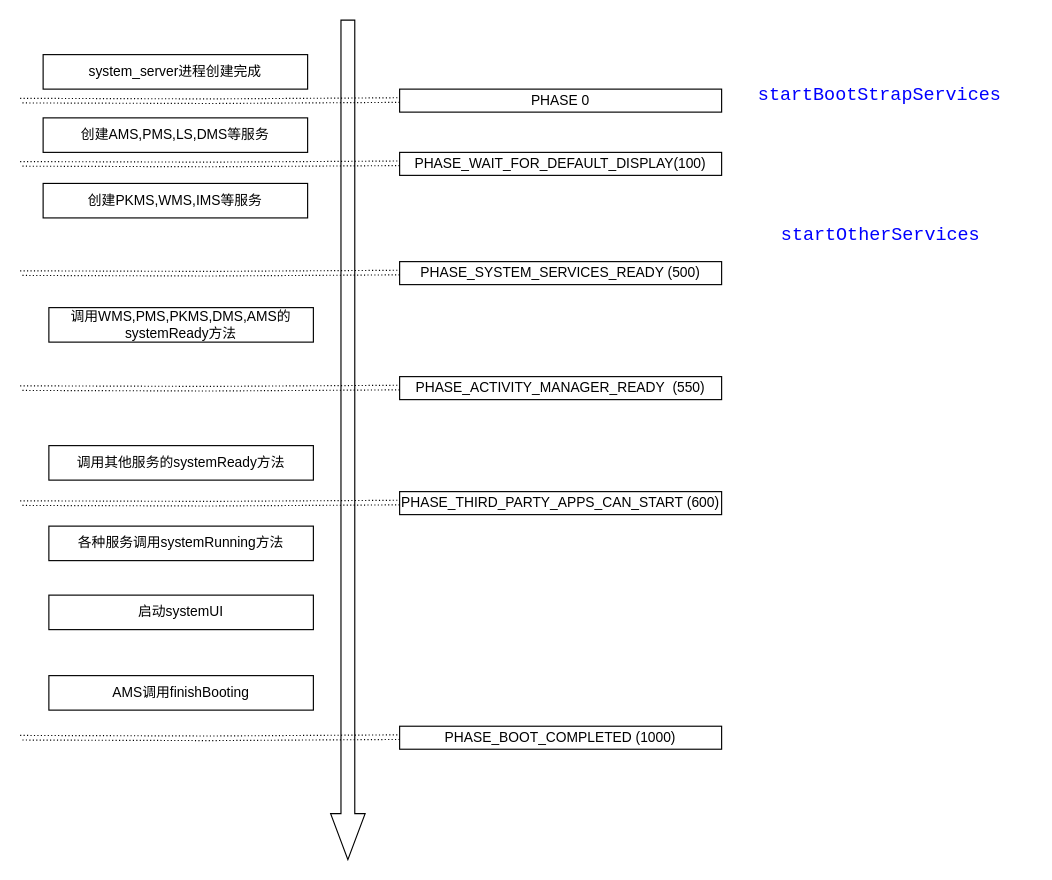
Before: systemServer启动.drawio in bocurry/bocurry, a draw.io diagram. Source tidied: cells renumbered, new cells numbered last; positions are measured from the earlier drawing's top-left corner, leaving out a move shared by most shapes. Both pictures are drawn from the tidied source at 115%, with x=0, y=0 at pixel (20, 20).
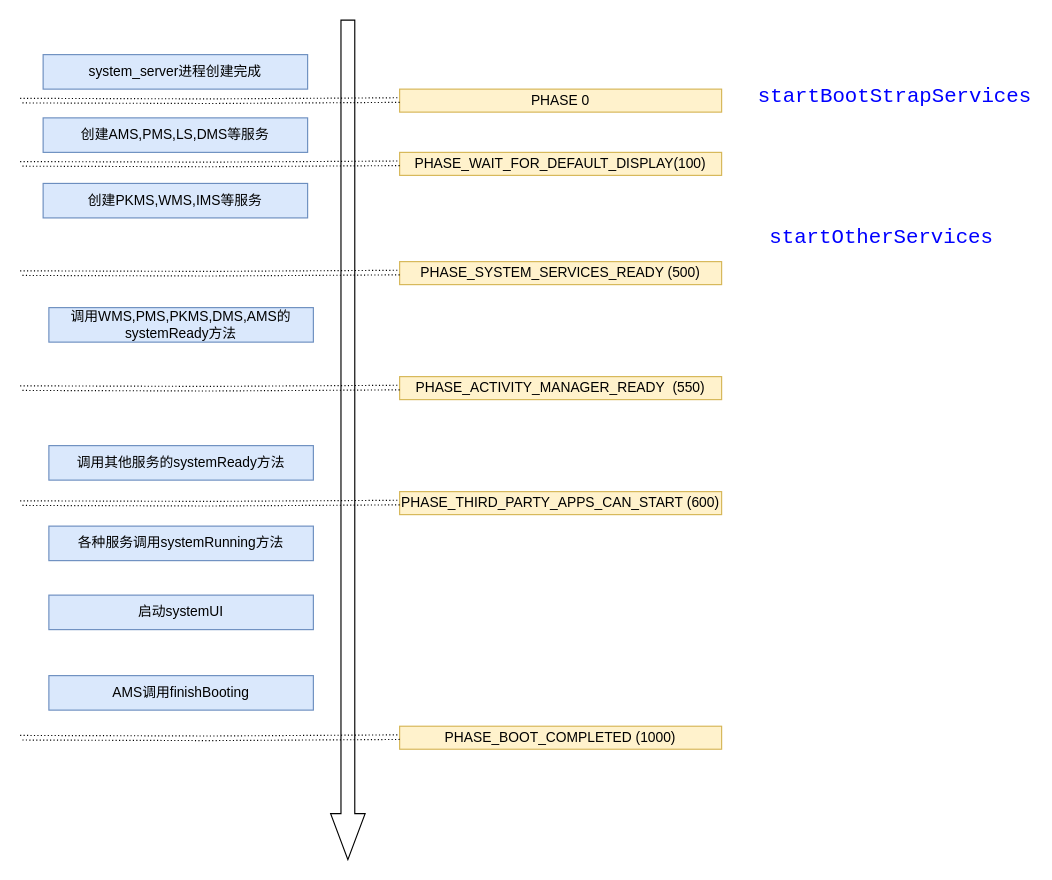
After the change.

Diff of the diagram source:
```diff
@@
-    <mxCell id="2" value="system_server进程创建完成" style="rounded=0;whiteSpace=wrap;html=1;" parent="1" vertex="1">
+    <mxCell id="2" value="system_server进程创建完成" style="rounded=0;whiteSpace=wrap;html=1;fillColor=#dae8fc;strokeColor=#6c8ebf;" parent="1" vertex="1">
       <mxGeometry x="20" y="30" width="230" height="30" as="geometry" />
     </mxCell>
-    <mxCell id="3" value="创建AMS,PMS,LS,DMS等服务" style="rounded=0;whiteSpace=wrap;html=1;" parent="1" vertex="1">
+    <mxCell id="3" value="创建AMS,PMS,LS,DMS等服务" style="rounded=0;whiteSpace=wrap;html=1;fillColor=#dae8fc;strokeColor=#6c8ebf;" parent="1" vertex="1">
       <mxGeometry x="20" y="85" width="230" height="30" as="geometry" />
     </mxCell>
@@
-    <mxCell id="5" value="创建PKMS,WMS,IMS等服务" style="rounded=0;whiteSpace=wrap;html=1;" parent="1" vertex="1">
+    <mxCell id="5" value="创建PKMS,WMS,IMS等服务" style="rounded=0;whiteSpace=wrap;html=1;fillColor=#dae8fc;strokeColor=#6c8ebf;" parent="1" vertex="1">
       <mxGeometry x="20" y="142" width="230" height="30" as="geometry" />
     </mxCell>
-    <mxCell id="6" value="调用WMS,PMS,PKMS,DMS,AMS的systemReady方法" style="rounded=0;whiteSpace=wrap;html=1;" parent="1" vertex="1">
+    <mxCell id="6" value="调用WMS,PMS,PKMS,DMS,AMS的systemReady方法" style="rounded=0;whiteSpace=wrap;html=1;fillColor=#dae8fc;strokeColor=#6c8ebf;" parent="1" vertex="1">
       <mxGeometry x="25" y="250" width="230" height="30" as="geometry" />
     </mxCell>
-    <mxCell id="7" value="PHASE 0" style="rounded=0;whiteSpace=wrap;html=1;" parent="1" vertex="1">
+    <mxCell id="7" value="PHASE 0" style="rounded=0;whiteSpace=wrap;html=1;fillColor=#fff2cc;strokeColor=#d6b656;" parent="1" vertex="1">
       <mxGeometry x="330" y="60" width="280" height="20" as="geometry" />
     </mxCell>
-    <mxCell id="8" value="PHASE_WAIT_FOR_DEFAULT_DISPLAY(100)" style="rounded=0;whiteSpace=wrap;html=1;" parent="1" vertex="1">
+    <mxCell id="8" value="PHASE_WAIT_FOR_DEFAULT_DISPLAY(100)" style="rounded=0;whiteSpace=wrap;html=1;fillColor=#fff2cc;strokeColor=#d6b656;" parent="1" vertex="1">
       <mxGeometry x="330" y="115" width="280" height="20" as="geometry" />
     </mxCell>
-    <mxCell id="9" value=" PHASE_SYSTEM_SERVICES_READY (500)" style="rounded=0;whiteSpace=wrap;html=1;" parent="1" vertex="1">
+    <mxCell id="9" value=" PHASE_SYSTEM_SERVICES_READY (500)" style="rounded=0;whiteSpace=wrap;html=1;fillColor=#fff2cc;strokeColor=#d6b656;" parent="1" vertex="1">
       <mxGeometry x="330" y="210" width="280" height="20" as="geometry" />
     </mxCell>
-    <mxCell id="10" value=" PHASE_ACTIVITY_MANAGER_READY&amp;nbsp; (550)" style="rounded=0;whiteSpace=wrap;html=1;" parent="1" vertex="1">
+    <mxCell id="10" value=" PHASE_ACTIVITY_MANAGER_READY&amp;nbsp; (550)" style="rounded=0;whiteSpace=wrap;html=1;fillColor=#fff2cc;strokeColor=#d6b656;" parent="1" vertex="1">
       <mxGeometry x="330" y="310" width="280" height="20" as="geometry" />
     </mxCell>
-    <mxCell id="11" value=" PHASE_THIRD_PARTY_APPS_CAN_START&amp;nbsp;(600)" style="rounded=0;whiteSpace=wrap;html=1;" parent="1" vertex="1">
+    <mxCell id="11" value=" PHASE_THIRD_PARTY_APPS_CAN_START&amp;nbsp;(600)" style="rounded=0;whiteSpace=wrap;html=1;fillColor=#fff2cc;strokeColor=#d6b656;" parent="1" vertex="1">
       <mxGeometry x="330" y="410" width="280" height="20" as="geometry" />
     </mxCell>
-    <mxCell id="12" value=" PHASE_BOOT_COMPLETED&amp;nbsp;(1000)" style="rounded=0;whiteSpace=wrap;html=1;" parent="1" vertex="1">
+    <mxCell id="12" value=" PHASE_BOOT_COMPLETED&amp;nbsp;(1000)" style="rounded=0;whiteSpace=wrap;html=1;fillColor=#fff2cc;strokeColor=#d6b656;" parent="1" vertex="1">
       <mxGeometry x="330" y="614" width="280" height="20" as="geometry" />
     </mxCell>
-    <mxCell id="13" value="调用其他服务的systemReady方法" style="rounded=0;whiteSpace=wrap;html=1;" parent="1" vertex="1">
+    <mxCell id="13" value="调用其他服务的systemReady方法" style="rounded=0;whiteSpace=wrap;html=1;fillColor=#dae8fc;strokeColor=#6c8ebf;" parent="1" vertex="1">
       <mxGeometry x="25" y="370" width="230" height="30" as="geometry" />
     </mxCell>
-    <mxCell id="14" value="启动systemUI" style="rounded=0;whiteSpace=wrap;html=1;" parent="1" vertex="1">
+    <mxCell id="14" value="启动systemUI" style="rounded=0;whiteSpace=wrap;html=1;fillColor=#dae8fc;strokeColor=#6c8ebf;" parent="1" vertex="1">
       <mxGeometry x="25" y="500" width="230" height="30" as="geometry" />
     </mxCell>
-    <mxCell id="15" value="各种服务调用systemRunning方法" style="rounded=0;whiteSpace=wrap;html=1;" parent="1" vertex="1">
+    <mxCell id="15" value="各种服务调用systemRunning方法" style="rounded=0;whiteSpace=wrap;html=1;fillColor=#dae8fc;strokeColor=#6c8ebf;" parent="1" vertex="1">
       <mxGeometry x="25" y="440" width="230" height="30" as="geometry" />
     </mxCell>
-    <mxCell id="16" value="AMS调用finishBooting" style="rounded=0;whiteSpace=wrap;html=1;" parent="1" vertex="1">
+    <mxCell id="16" value="AMS调用finishBooting" style="rounded=0;whiteSpace=wrap;html=1;fillColor=#dae8fc;strokeColor=#6c8ebf;" parent="1" vertex="1">
       <mxGeometry x="25" y="570" width="230" height="30" as="geometry" />
     </mxCell>
@@
-    <mxCell id="29" value="&lt;span style=&quot;color: rgb(0, 0, 255); font-family: monospace; font-style: normal; font-variant-ligatures: normal; font-variant-caps: normal; font-weight: 400; letter-spacing: normal; orphans: 2; text-align: start; text-indent: 0px; text-transform: none; widows: 2; word-spacing: 0px; -webkit-text-stroke-width: 0px; background-color: rgb(255, 255, 255); text-decoration-thickness: initial; text-decoration-style: initial; text-decoration-color: initial; float: none; display: inline !important;&quot;&gt;&lt;font style=&quot;font-size: 16px;&quot;&gt;startOtherServices&lt;/font&gt;&lt;/span&gt;" style="text;whiteSpace=wrap;html=1;" parent="1" vertex="1">
-      <mxGeometry x="660" y="172" width="160" height="40" as="geometry" />
+    <mxCell id="29" value="&lt;span style=&quot;color: rgb(0, 0, 255); font-family: monospace; font-style: normal; font-variant-ligatures: normal; font-variant-caps: normal; font-weight: 400; letter-spacing: normal; orphans: 2; text-align: start; text-indent: 0px; text-transform: none; widows: 2; word-spacing: 0px; -webkit-text-stroke-width: 0px; background-color: rgb(255, 255, 255); text-decoration-thickness: initial; text-decoration-style: initial; text-decoration-color: initial; float: none; display: inline !important;&quot;&gt;&lt;font style=&quot;font-size: 18px;&quot;&gt;startOtherServices&lt;/font&gt;&lt;/span&gt;" style="text;whiteSpace=wrap;html=1;" parent="1" vertex="1">
+      <mxGeometry x="650" y="172" width="160" height="40" as="geometry" />
     </mxCell>
-    <mxCell id="30" value="&lt;span style=&quot;color: rgb(0, 0, 255); font-family: monospace; font-style: normal; font-variant-ligatures: normal; font-variant-caps: normal; font-weight: 400; letter-spacing: normal; orphans: 2; text-align: start; text-indent: 0px; text-transform: none; widows: 2; word-spacing: 0px; -webkit-text-stroke-width: 0px; background-color: rgb(255, 255, 255); text-decoration-thickness: initial; text-decoration-style: initial; text-decoration-color: initial; float: none; display: inline !important;&quot;&gt;&lt;font style=&quot;font-size: 16px;&quot;&gt;startBootStrapServices&lt;/font&gt;&lt;/span&gt;" style="text;whiteSpace=wrap;html=1;" parent="1" vertex="1">
+    <mxCell id="30" value="&lt;span style=&quot;color: rgb(0, 0, 255); font-family: monospace; font-style: normal; font-variant-ligatures: normal; font-variant-caps: normal; font-weight: 400; letter-spacing: normal; orphans: 2; text-align: start; text-indent: 0px; text-transform: none; widows: 2; word-spacing: 0px; -webkit-text-stroke-width: 0px; background-color: rgb(255, 255, 255); text-decoration-thickness: initial; text-decoration-style: initial; text-decoration-color: initial; float: none; display: inline !important;&quot;&gt;&lt;font style=&quot;font-size: 18px;&quot;&gt;startBootStrapServices&lt;/font&gt;&lt;/span&gt;" style="text;whiteSpace=wrap;html=1;" parent="1" vertex="1">
       <mxGeometry x="640" y="50" width="160" height="40" as="geometry" />
     </mxCell>
```
